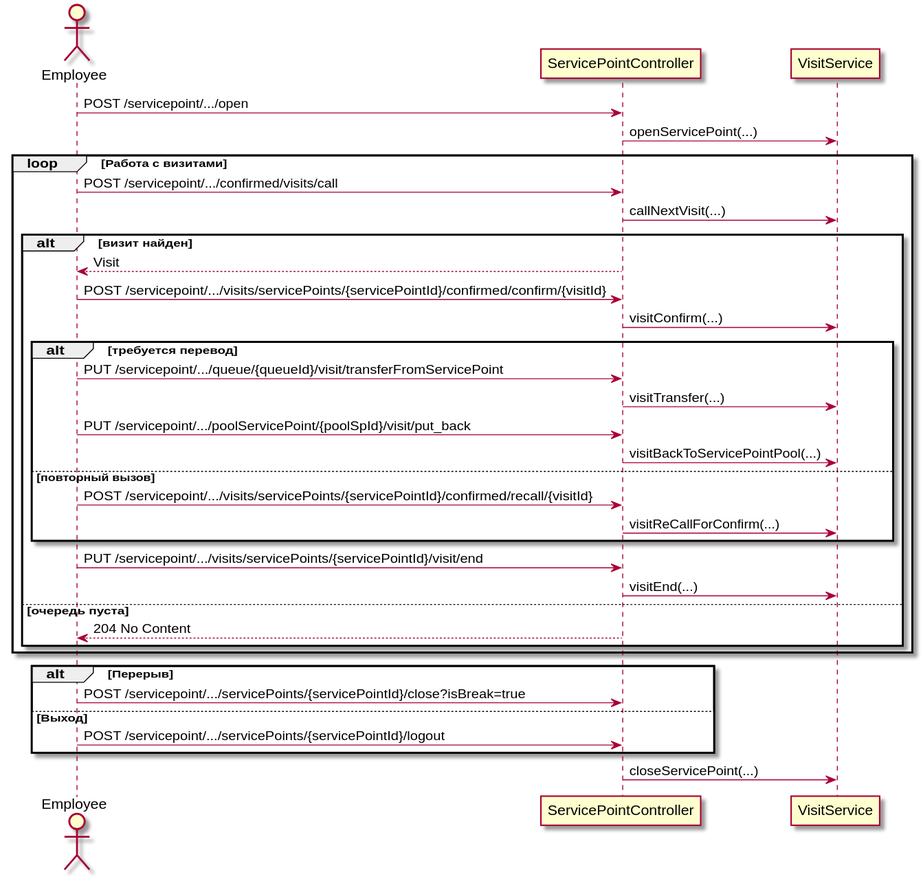
The PlantUML diagram docs/diagrams/employee-workflow.svg in psokolov25/VisitManager, before a commit.
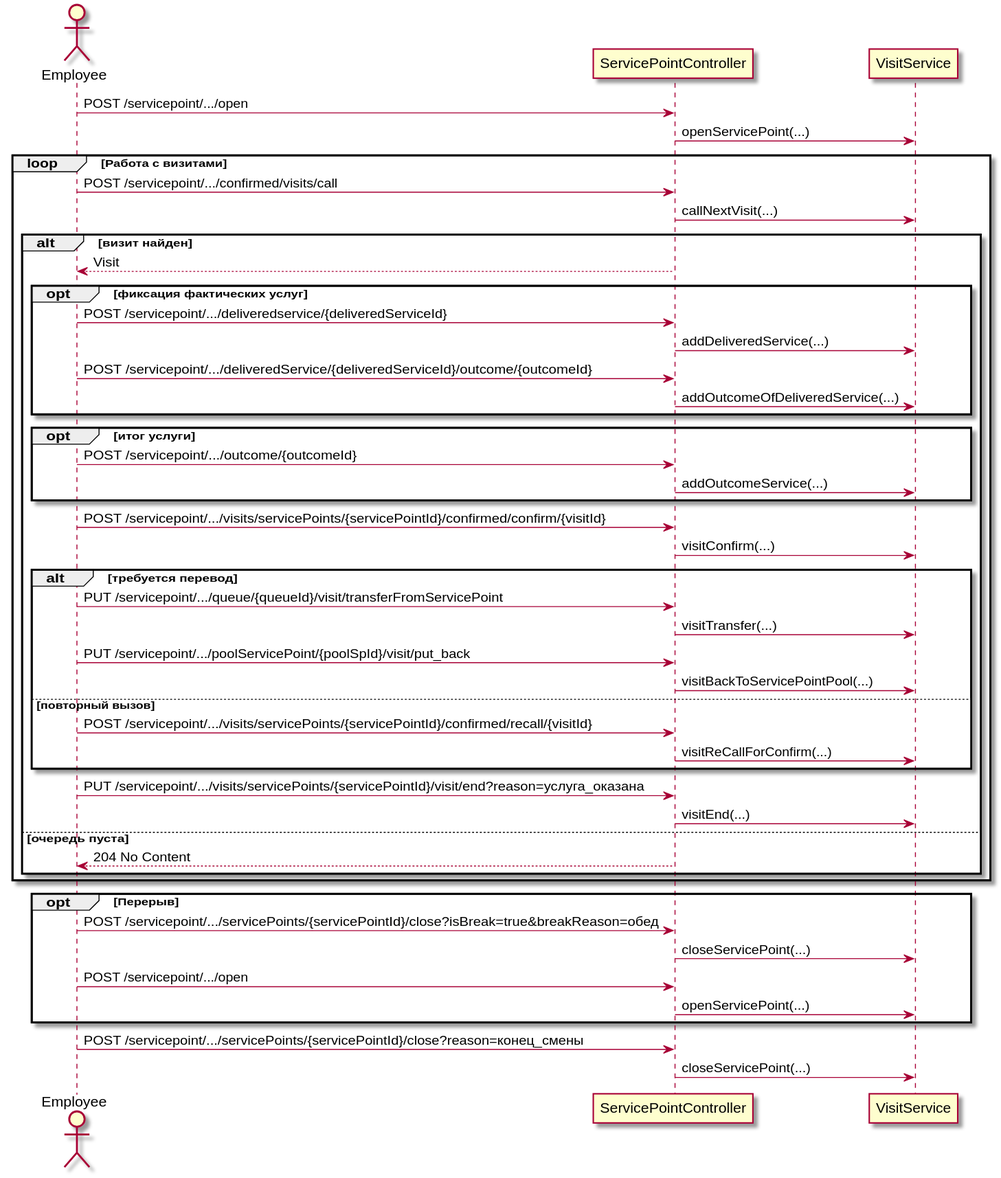
The same file after the commit.

Diff of the diagram source:
```diff
@@ -12,6 +12,16 @@
   API -> Visit: callNextVisit(...)
   alt визит найден
     API --> Employee: Visit
+    opt фиксация фактических услуг
+      Employee -> API: POST /servicepoint/.../deliveredservice/{deliveredServiceId}
+      API -> Visit: addDeliveredService(...)
+      Employee -> API: POST /servicepoint/.../deliveredService/{deliveredServiceId}/outcome/{outcomeId}
+      API -> Visit: addOutcomeOfDeliveredService(...)
+    end
+    opt итог услуги
+      Employee -> API: POST /servicepoint/.../outcome/{outcomeId}
+      API -> Visit: addOutcomeService(...)
+    end
     Employee -> API: POST /servicepoint/.../visits/servicePoints/{servicePointId}/confirmed/confirm/{visitId}
     API -> Visit: visitConfirm(...)
     alt требуется перевод
@@ -23,17 +33,19 @@
       Employee -> API: POST /servicepoint/.../visits/servicePoints/{servicePointId}/confirmed/recall/{visitId}
       API -> Visit: visitReCallForConfirm(...)
     end
-    Employee -> API: PUT /servicepoint/.../visits/servicePoints/{servicePointId}/visit/end
+    Employee -> API: PUT /servicepoint/.../visits/servicePoints/{servicePointId}/visit/end?reason=услуга_оказана
     API -> Visit: visitEnd(...)
   else очередь пуста
     API --> Employee: 204 No Content
   end
 end
+opt Перерыв
+  Employee -> API: POST /servicepoint/.../servicePoints/{servicePointId}/close?isBreak=true&breakReason=обед
+  API -> Visit: closeServicePoint(...)
+  Employee -> API: POST /servicepoint/.../open
+  API -> Visit: openServicePoint(...)
+end
 
-alt Перерыв
-  Employee -> API: POST /servicepoint/.../servicePoints/{servicePointId}/close?isBreak=true
-else Выход
-  Employee -> API: POST /servicepoint/.../servicePoints/{servicePointId}/logout
-end
+Employee -> API: POST /servicepoint/.../servicePoints/{servicePointId}/close?reason=конец_смены
 API -> Visit: closeServicePoint(...)
 @enduml
```
